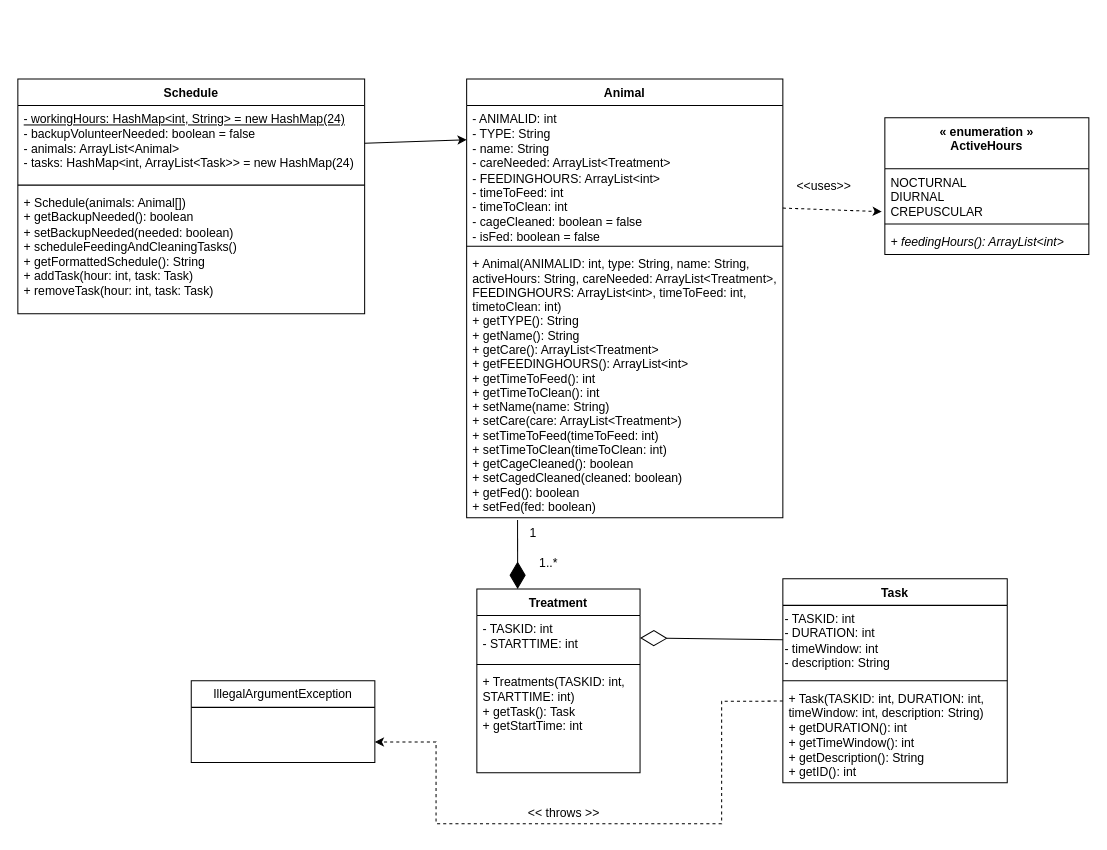
Before: 64.drawio in aryan-karadia/Mock-Schedule-Builder, a draw.io diagram. Source tidied: cells renumbered, new cells numbered last; positions are measured from the earlier drawing's top-left corner, leaving out a move shared by most shapes. Both pictures are drawn from the tidied source at 102%, with x=0, y=0 at pixel (17, 79).
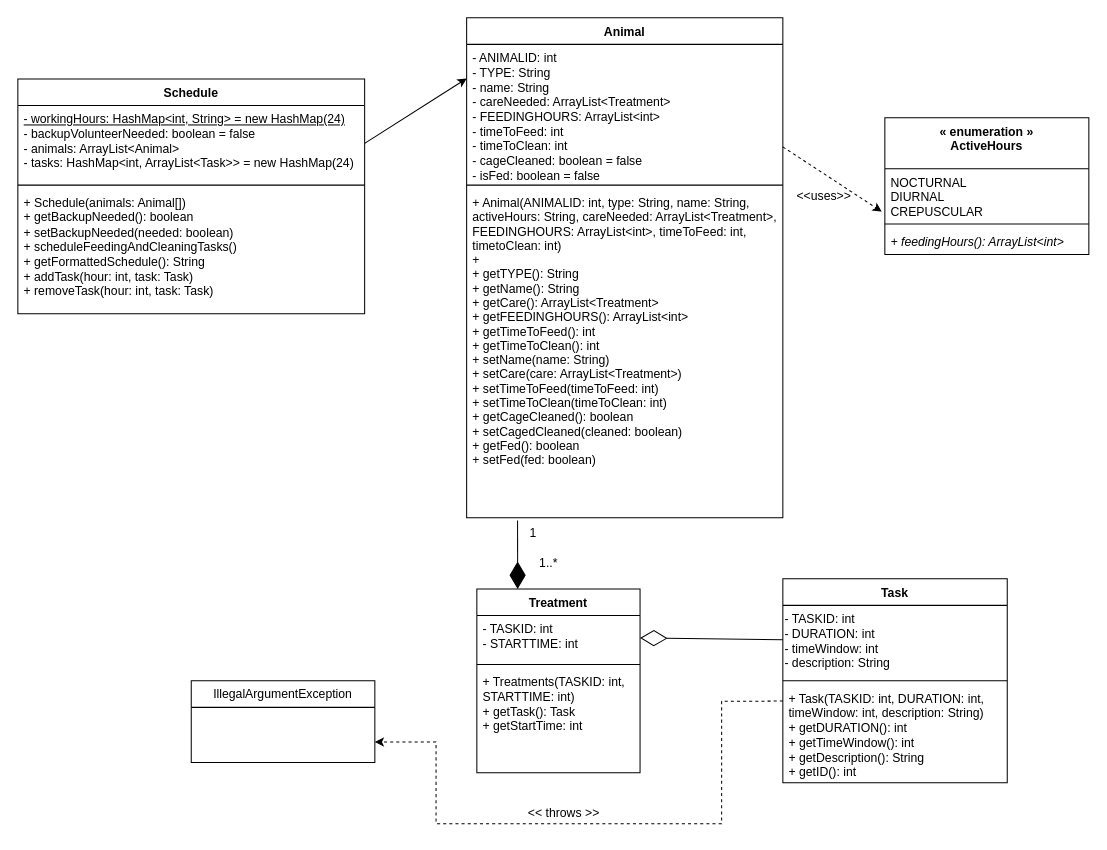
The same diagram, later.

Commit message:
Animal Class: activeHours parameter has removed from the constructor, attribute moved to enumeration class, not necessary in animal class

Change to the diagram source:
```diff
@@
     <mxCell id="2" value="Animal" style="swimlane;fontStyle=1;align=center;verticalAlign=top;horizontal=1;startSize=26;" parent="1" vertex="1">
-      <mxGeometry x="440" width="310" height="430" as="geometry" />
+      <mxGeometry x="440" y="-60" width="310" height="490" as="geometry" />
     </mxCell>
@@
-    <mxCell id="5" value="+ Animal(ANIMALID: int, type: String, name: String, &#10;activeHours: String, careNeeded: ArrayList&lt;Treatment&gt;, &#10;FEEDINGHOURS: ArrayList&lt;int&gt;, timeToFeed: int, &#10;timetoClean: int)&#10;+ getTYPE(): String&#10;+ getName(): String&#10;+ getCare(): ArrayList&lt;Treatment&gt;&#10;+ getFEEDINGHOURS(): ArrayList&lt;int&gt;&#10;+ getTimeToFeed(): int&#10;+ getTimeToClean(): int&#10;+ setName(name: String)&#10;+ setCare(care: ArrayList&lt;Treatment&gt;)&#10;+ setTimeToFeed(timeToFeed: int)&#10;+ setTimeToClean(timeToClean: int)&#10;+ getCageCleaned(): boolean&#10;+ setCagedCleaned(cleaned: boolean)&#10;+ getFed(): boolean&#10;+ setFed(fed: boolean)&#10;&#10;" style="text;strokeColor=none;fillColor=none;align=left;verticalAlign=top;spacingLeft=4;spacingRight=4;overflow=hidden;points=[[0,0.5],[1,0.5]];portConstraint=eastwest;" parent="2" vertex="1">
-      <mxGeometry y="168" width="310" height="262" as="geometry" />
+    <mxCell id="5" value="+ Animal(ANIMALID: int, type: String, name: String, &#10;activeHours: String, careNeeded: ArrayList&lt;Treatment&gt;, &#10;FEEDINGHOURS: ArrayList&lt;int&gt;, timeToFeed: int, &#10;timetoClean: int)&#10;+ &#10;+ getTYPE(): String&#10;+ getName(): String&#10;+ getCare(): ArrayList&lt;Treatment&gt;&#10;+ getFEEDINGHOURS(): ArrayList&lt;int&gt;&#10;+ getTimeToFeed(): int&#10;+ getTimeToClean(): int&#10;+ setName(name: String)&#10;+ setCare(care: ArrayList&lt;Treatment&gt;)&#10;+ setTimeToFeed(timeToFeed: int)&#10;+ setTimeToClean(timeToClean: int)&#10;+ getCageCleaned(): boolean&#10;+ setCagedCleaned(cleaned: boolean)&#10;+ getFed(): boolean&#10;+ setFed(fed: boolean)&#10;&#10;" style="text;strokeColor=none;fillColor=none;align=left;verticalAlign=top;spacingLeft=4;spacingRight=4;overflow=hidden;points=[[0,0.5],[1,0.5]];portConstraint=eastwest;" parent="2" vertex="1">
+      <mxGeometry y="168" width="310" height="322" as="geometry" />
     </mxCell>
@@
     <mxCell id="15" value="&amp;lt;&amp;lt;uses&amp;gt;&amp;gt;" style="text;html=1;align=center;verticalAlign=middle;strokeColor=none;fillColor=none;" parent="1" vertex="1">
-      <mxGeometry x="750" y="90" width="80" height="30" as="geometry" />
+      <mxGeometry x="750" y="100" width="80" height="30" as="geometry" />
     </mxCell>
```
